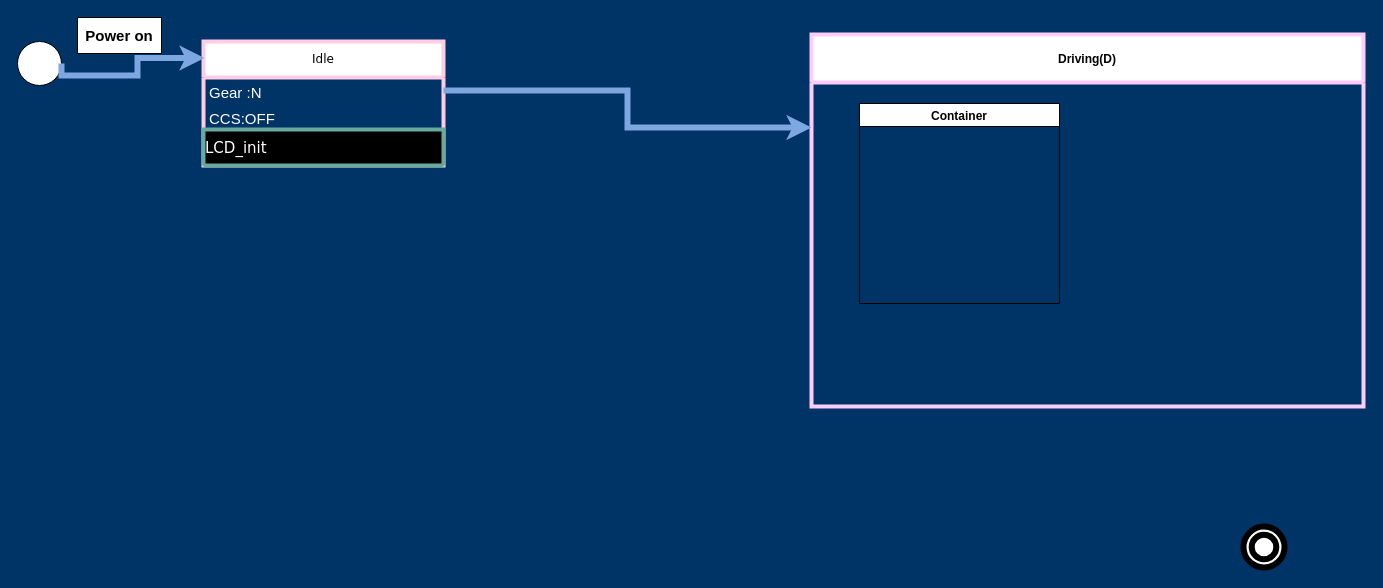
Before: Car_system.drawio in HESHAM47GAMAL/Car_system, a draw.io diagram. Source tidied: cells renumbered, new cells numbered last; positions are measured from the earlier drawing's top-left corner, leaving out a move shared by most shapes. Both pictures are drawn from the tidied source at 100%, with x=0, y=0 at pixel (17, 17).
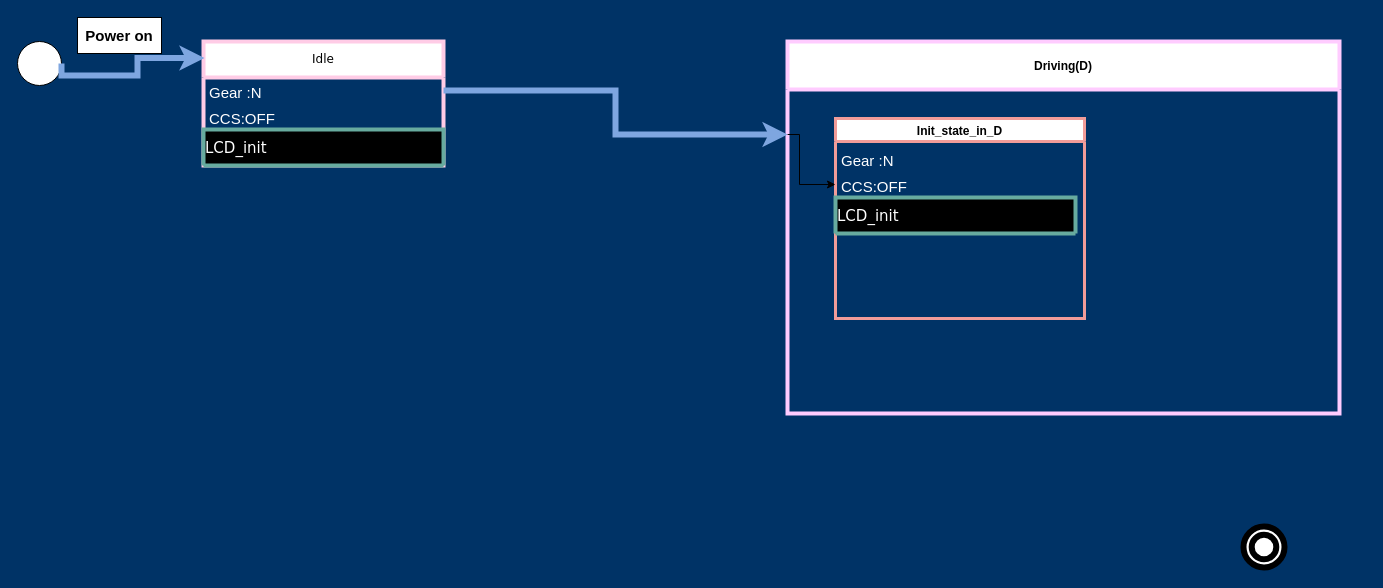
After the change.

Commit message:
Crash_systemCar_system.drawio

The edit, as a diff of the source:
```diff
@@
     <mxCell id="10" value="Driving(D)" style="swimlane;startSize=48;strokeWidth=4;strokeColor=#FFCCFF;" parent="1" vertex="1">
-      <mxGeometry x="794" y="17" width="552" height="372" as="geometry" />
+      <mxGeometry x="770" y="24" width="552" height="372" as="geometry" />
     </mxCell>
-    <mxCell id="11" value="Container" style="swimlane;" parent="10" vertex="1">
-      <mxGeometry x="48" y="69" width="200" height="200" as="geometry" />
+    <mxCell id="11" value="Init_state_in_D" style="swimlane;strokeWidth=3;strokeColor=#F19C99;" parent="10" vertex="1">
+      <mxGeometry x="48" y="77" width="249" height="200" as="geometry" />
     </mxCell>
+    <mxCell id="13" value="&lt;font style=&quot;font-size: 15px;&quot; color=&quot;#ffffff&quot;&gt;Gear :N&lt;/font&gt;" style="text;strokeColor=none;fillColor=none;align=left;verticalAlign=top;spacingLeft=4;spacingRight=4;overflow=hidden;whiteSpace=wrap;html=1;" parent="11" vertex="1">
+      <mxGeometry y="27" width="240" height="26" as="geometry" />
+    </mxCell>
+    <mxCell id="14" value="&lt;font style=&quot;font-size: 15px;&quot; color=&quot;#ffffff&quot;&gt;CCS:OFF&lt;/font&gt;" style="text;strokeColor=none;fillColor=none;align=left;verticalAlign=top;spacingLeft=4;spacingRight=4;overflow=hidden;points=[[0,0.5],[1,0.5]];portConstraint=eastwest;whiteSpace=wrap;html=1;" parent="11" vertex="1">
+      <mxGeometry y="53" width="240" height="26" as="geometry" />
+    </mxCell>
+    <mxCell id="15" value="&lt;font style=&quot;font-size: 15px;&quot;&gt;LCD_init&lt;/font&gt;" style="swimlane;fontStyle=0;horizontal=1;startSize=36;whiteSpace=wrap;html=1;fontFamily=Verdana;fontColor=#FFFFFF;rounded=0;fillColor=#000000;align=left;strokeColor=#67AB9F;strokeWidth=4;" parent="11" vertex="1" collapsed="1">
+      <mxGeometry y="79" width="240" height="36" as="geometry" />
+    </mxCell>
+    <mxCell id="16" style="edgeStyle=orthogonalEdgeStyle;rounded=0;jettySize=auto;html=1;exitX=0;exitY=0.25;exitDx=0;exitDy=0;entryX=0;entryY=0.5;entryDx=0;entryDy=0;" parent="10" edge="1" source="10" target="14">
+      <mxGeometry relative="1" as="geometry">
+        <Array as="points">
+          <mxPoint x="12" y="93" />
+          <mxPoint x="12" y="143" />
+        </Array>
+      </mxGeometry>
+    </mxCell>
```
